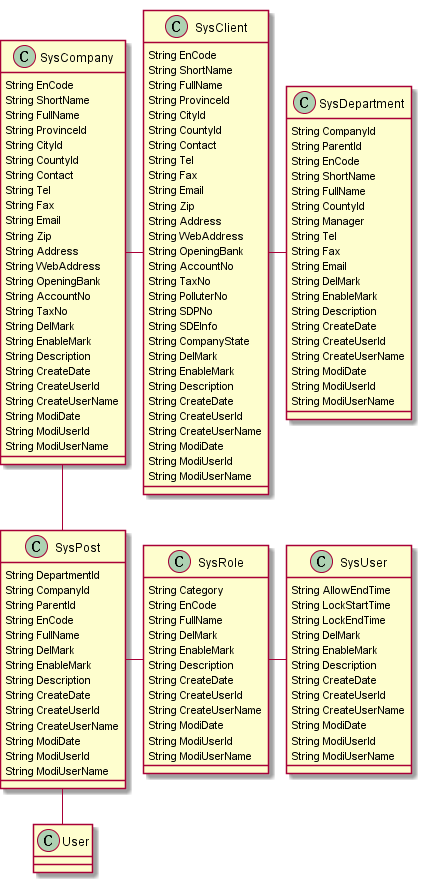
Earlier version of the PlantUML export company.png (shiwan66/jdl).
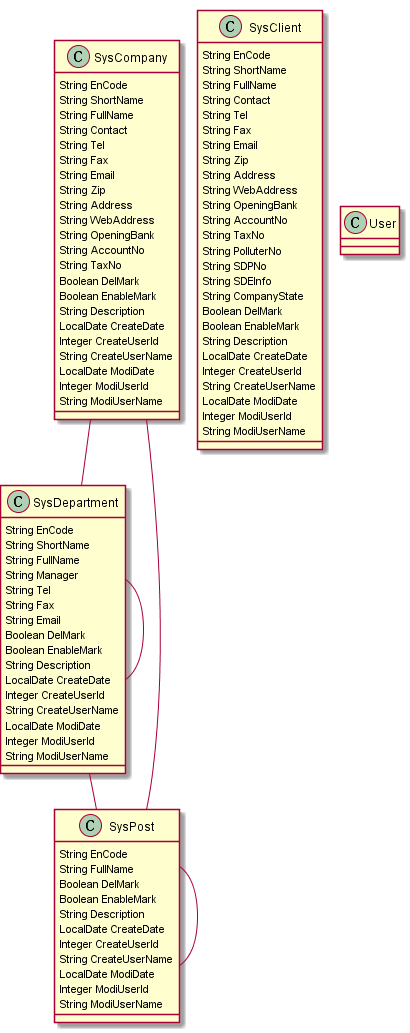
After the commit.

Diff of the diagram source:
```diff
@@ -5,9 +5,6 @@
 		String EnCode
 		String ShortName
 		String FullName
-		String ProvinceId
-		String CityId
-		String CountyId
 		String Contact
 		String Tel
 		String Fax
@@ -18,23 +15,20 @@
 		String OpeningBank
 		String AccountNo
 		String TaxNo
-		String DelMark
-		String EnableMark
+		Boolean DelMark
+		Boolean EnableMark
 		String Description
-		String CreateDate
-		String CreateUserId
+		LocalDate CreateDate
+		Integer CreateUserId
 		String CreateUserName
-		String ModiDate
-		String ModiUserId
+		LocalDate ModiDate
+		Integer ModiUserId
 		String ModiUserName
 	}
 	class SysClient  {
 		String EnCode
 		String ShortName
 		String FullName
-		String ProvinceId
-		String CityId
-		String CountyId
 		String Contact
 		String Tel
 		String Fax
@@ -49,81 +43,52 @@
 		String SDPNo
 		String SDEInfo
 		String CompanyState
-		String DelMark
-		String EnableMark
+		Boolean DelMark
+		Boolean EnableMark
 		String Description
-		String CreateDate
-		String CreateUserId
+		LocalDate CreateDate
+		Integer CreateUserId
 		String CreateUserName
-		String ModiDate
-		String ModiUserId
+		LocalDate ModiDate
+		Integer ModiUserId
 		String ModiUserName
 	}
 	class SysDepartment  {
-		String CompanyId
-		String ParentId
 		String EnCode
 		String ShortName
 		String FullName
-		String CountyId
 		String Manager
 		String Tel
 		String Fax
 		String Email
-		String DelMark
-		String EnableMark
+		Boolean DelMark
+		Boolean EnableMark
 		String Description
-		String CreateDate
-		String CreateUserId
+		LocalDate CreateDate
+		Integer CreateUserId
 		String CreateUserName
-		String ModiDate
-		String ModiUserId
+		LocalDate ModiDate
+		Integer ModiUserId
 		String ModiUserName
 	}
+	SysCompany  "sysDepartment 0..1 " --o "sysCompanyId(ShortName) 0..* "  SysDepartment
+	SysDepartment  "parentId(ShortName) 0..1 " -- "0..1 "  SysDepartment
 	class SysPost  {
-		String DepartmentId
-		String CompanyId
-		String ParentId
 		String EnCode
 		String FullName
-		String DelMark
-		String EnableMark
+		Boolean DelMark
+		Boolean EnableMark
 		String Description
-		String CreateDate
-		String CreateUserId
+		LocalDate CreateDate
+		Integer CreateUserId
 		String CreateUserName
-		String ModiDate
-		String ModiUserId
+		LocalDate ModiDate
+		Integer ModiUserId
 		String ModiUserName
 	}
-	class SysRole  {
-		String Category
-		String EnCode
-		String FullName
-		String DelMark
-		String EnableMark
-		String Description
-		String CreateDate
-		String CreateUserId
-		String CreateUserName
-		String ModiDate
-		String ModiUserId
-		String ModiUserName
-	}
-	class SysUser  {
-		String AllowEndTime
-		String LockStartTime
-		String LockEndTime
-		String DelMark
-		String EnableMark
-		String Description
-		String CreateDate
-		String CreateUserId
-		String CreateUserName
-		String ModiDate
-		String ModiUserId
-		String ModiUserName
-	}
+	SysCompany  "sysPost 0..1 " --o "sysCompanyId(ShortName) 0..* "  SysPost
+	SysDepartment  "sysPost 0..1 " --o "sysDepartmentId(ShortName) 0..* "  SysPost
+	SysPost  "parentId(FullName) 0..1 " -- "0..1 "  SysPost
 	class User  {
 	}
 @enduml
```
